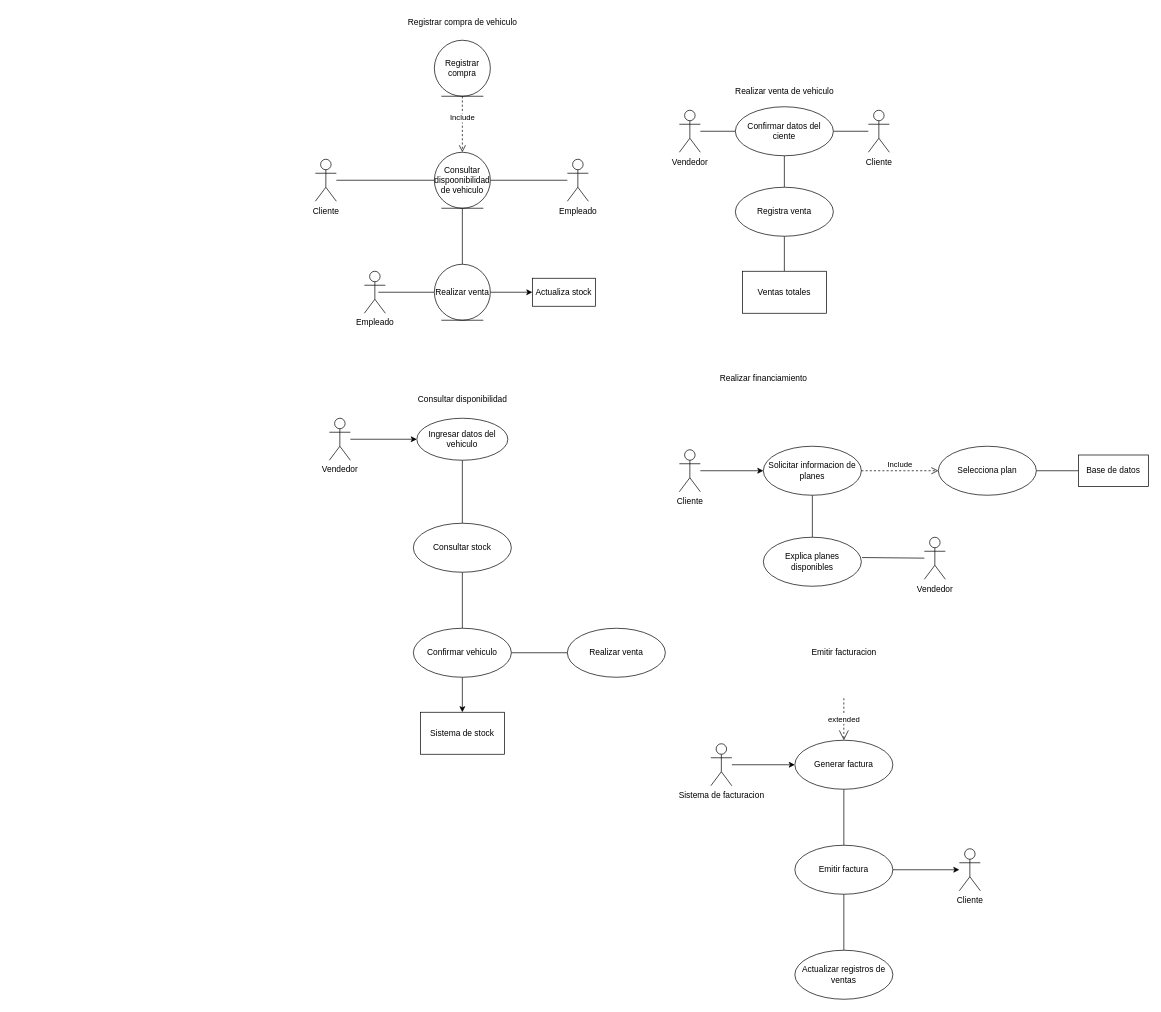
Above: Diagramas/Casos de uso/Casos de uso.drawio in FerLalle/PremiumQuality_AnalisisSistemas (draw.io), before the change. Source tidied: cells renumbered, new cells numbered last; positions are measured from the earlier drawing's top-left corner, leaving out a move shared by most shapes. Both pictures are drawn from the tidied source at 70%, with x=0, y=0 at pixel (315, 12).
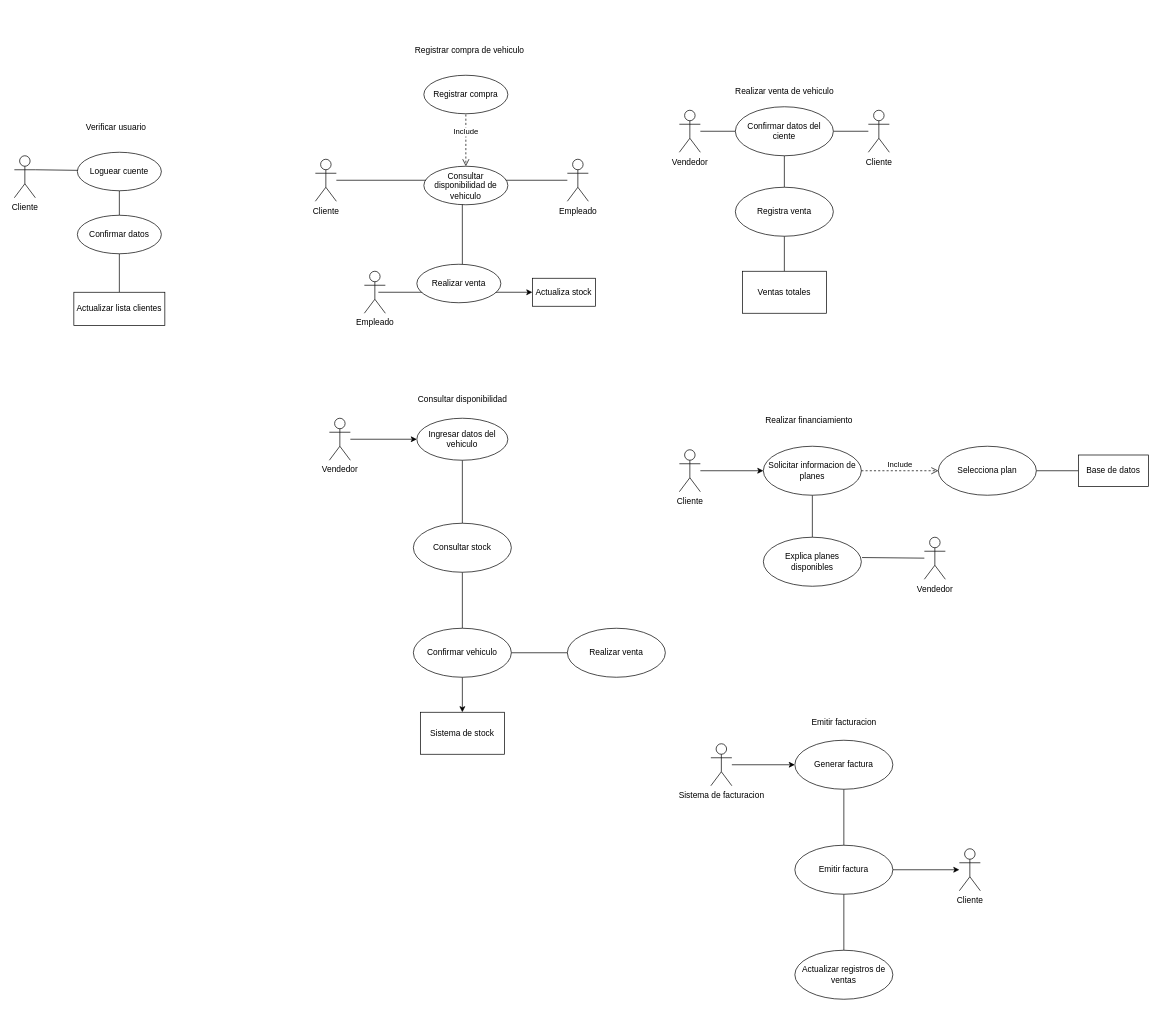
The same page after the edit.

Commit message (it also covers changes not shown here):
DFD y casos de uso modificacion

The change refers to these unchanged cells:
```xml
<mxCell id="3" value="Cliente" style="shape=umlActor;verticalLabelPosition=bottom;verticalAlign=top;html=1;" parent="1" vertex="1">
  <mxGeometry y="210" width="30" height="60" as="geometry" />
</mxCell>
<mxCell id="8" value="Empleado" style="shape=umlActor;verticalLabelPosition=bottom;verticalAlign=top;html=1;" parent="1" vertex="1">
  <mxGeometry x="360" y="210" width="30" height="60" as="geometry" />
</mxCell>
<mxCell id="15" value="Actualiza stock" style="whiteSpace=wrap;html=1;" parent="1" vertex="1">
  <mxGeometry x="310" y="380" width="90" height="40" as="geometry" />
</mxCell>
<mxCell id="54" value="Generar factura" style="ellipse;whiteSpace=wrap;html=1;" parent="1" vertex="1">
  <mxGeometry x="685" y="1040" width="140" height="70" as="geometry" />
</mxCell>
```

The edit, as a diff of the source:
```diff
@@
-    <mxCell id="2" style="edgeStyle=none;html=1;entryX=0;entryY=0.5;entryDx=0;entryDy=0;endArrow=none;endFill=0;" parent="1" edge="1" source="3" target="6">
-      <mxGeometry relative="1" as="geometry" />
+    <mxCell id="2" style="edgeStyle=none;html=1;entryX=0;entryY=0.5;entryDx=0;entryDy=0;endArrow=none;endFill=0;" parent="1" edge="1" source="3">
+      <mxGeometry relative="1" as="geometry">
+        <mxPoint x="170" y="240" as="targetPoint" />
+      </mxGeometry>
     </mxCell>
+    <mxCell id="61" style="edgeStyle=none;html=1;entryX=1;entryY=0.5;entryDx=0;entryDy=0;endArrow=none;endFill=0;exitX=1;exitY=0.3333333333333333;exitDx=0;exitDy=0;exitPerimeter=0;" parent="1" edge="1" source="66" target="64">
+      <mxGeometry relative="1" as="geometry" />
+    </mxCell>
@@
-    <mxCell id="4" style="edgeStyle=none;html=1;endArrow=none;endFill=0;" parent="1" edge="1" source="6" target="12">
-      <mxGeometry relative="1" as="geometry" />
+    <mxCell id="4" style="edgeStyle=none;html=1;endArrow=none;endFill=0;exitX=0.458;exitY=0.545;exitDx=0;exitDy=0;exitPerimeter=0;" parent="1" edge="1" source="62">
+      <mxGeometry relative="1" as="geometry">
+        <mxPoint x="210" y="360" as="targetPoint" />
+      </mxGeometry>
     </mxCell>
-    <mxCell id="5" style="edgeStyle=none;html=1;endArrow=none;endFill=0;" parent="1" edge="1" source="6" target="8">
-      <mxGeometry relative="1" as="geometry" />
+    <mxCell id="5" style="edgeStyle=none;html=1;endArrow=none;endFill=0;" parent="1" edge="1" target="8">
+      <mxGeometry relative="1" as="geometry">
+        <mxPoint x="250" y="240" as="sourcePoint" />
+      </mxGeometry>
     </mxCell>
-    <mxCell id="6" value="Consultar dispoonibilidad de vehiculo" style="ellipse;shape=umlEntity;whiteSpace=wrap;html=1;" parent="1" vertex="1">
-      <mxGeometry x="170" y="200" width="80" height="80" as="geometry" />
-    </mxCell>
-    <mxCell id="7" value="Include" style="html=1;verticalAlign=bottom;endArrow=open;dashed=1;endSize=8;curved=0;rounded=0;exitX=0.5;exitY=1;exitDx=0;exitDy=0;entryX=0.5;entryY=0;entryDx=0;entryDy=0;" parent="1" edge="1" source="9" target="6">
-      <mxGeometry relative="1" as="geometry" />
+    <mxCell id="7" value="Include" style="html=1;verticalAlign=bottom;endArrow=open;dashed=1;endSize=8;curved=0;rounded=0;exitX=0.5;exitY=1;exitDx=0;exitDy=0;entryX=0.5;entryY=0;entryDx=0;entryDy=0;" parent="1" edge="1">
+      <mxGeometry relative="1" as="geometry">
+        <mxPoint x="215" y="140" as="sourcePoint" />
+        <mxPoint x="215" y="220" as="targetPoint" />
+      </mxGeometry>
     </mxCell>
@@
-    <mxCell id="9" value="Registrar compra" style="ellipse;shape=umlEntity;whiteSpace=wrap;html=1;" parent="1" vertex="1">
-      <mxGeometry x="170" y="40" width="80" height="80" as="geometry" />
-    </mxCell>
-    <mxCell id="10" style="edgeStyle=none;html=1;endArrow=none;endFill=0;" parent="1" edge="1" source="12">
+    <mxCell id="10" style="edgeStyle=none;html=1;endArrow=none;endFill=0;" parent="1" edge="1">
       <mxGeometry relative="1" as="geometry">
+        <mxPoint x="170" y="400" as="sourcePoint" />
         <mxPoint x="90" y="400" as="targetPoint" />
       </mxGeometry>
     </mxCell>
-    <mxCell id="11" style="edgeStyle=none;html=1;" parent="1" edge="1" source="12" target="15">
-      <mxGeometry relative="1" as="geometry" />
+    <mxCell id="11" style="edgeStyle=none;html=1;" parent="1" edge="1" target="15">
+      <mxGeometry relative="1" as="geometry">
+        <mxPoint x="250" y="400" as="sourcePoint" />
+      </mxGeometry>
     </mxCell>
-    <mxCell id="12" value="Realizar venta" style="ellipse;shape=umlEntity;whiteSpace=wrap;html=1;" parent="1" vertex="1">
-      <mxGeometry x="170" y="360" width="80" height="80" as="geometry" />
-    </mxCell>
@@
     <mxCell id="14" value="Registrar compra de vehiculo" style="text;html=1;align=center;verticalAlign=middle;strokeColor=none;fillColor=none;" parent="1" vertex="1">
-      <mxGeometry x="120" width="180" height="30" as="geometry" />
+      <mxGeometry x="130" y="40" width="180" height="30" as="geometry" />
     </mxCell>
@@
     <mxCell id="38" value="Realizar financiamiento" style="text;html=1;align=center;verticalAlign=middle;strokeColor=none;fillColor=none;" parent="1" vertex="1">
-      <mxGeometry x="565" y="508" width="150" height="30" as="geometry" />
+      <mxGeometry x="630" y="568" width="150" height="30" as="geometry" />
     </mxCell>
@@
     <mxCell id="50" value="Emitir facturacion" style="text;html=1;align=center;verticalAlign=middle;strokeColor=none;fillColor=none;" parent="1" vertex="1">
-      <mxGeometry x="695" y="900" width="120" height="30" as="geometry" />
+      <mxGeometry x="695" y="1000" width="120" height="30" as="geometry" />
     </mxCell>
@@
-    <mxCell id="55" value="extended" style="endArrow=open;endSize=12;dashed=1;html=1;entryX=0.5;entryY=0;entryDx=0;entryDy=0;" parent="1" edge="1" target="54">
-      <mxGeometry relative="1" as="geometry">
-        <mxPoint x="755" y="980" as="sourcePoint" />
-      </mxGeometry>
-    </mxCell>
@@
+    <mxCell id="9" value="Registrar compra" style="ellipse;whiteSpace=wrap;html=1;" parent="1" vertex="1">
+      <mxGeometry x="155" y="90" width="120" height="55" as="geometry" />
+    </mxCell>
+    <mxCell id="12" value="Realizar venta" style="ellipse;whiteSpace=wrap;html=1;" parent="1" vertex="1">
+      <mxGeometry x="145" y="360" width="120" height="55" as="geometry" />
+    </mxCell>
+    <mxCell id="62" value="Consultar disponibilidad de vehiculo" style="ellipse;whiteSpace=wrap;html=1;" parent="1" vertex="1">
+      <mxGeometry x="155" y="220" width="120" height="55" as="geometry" />
+    </mxCell>
+    <mxCell id="63" style="edgeStyle=none;html=1;endArrow=none;endFill=0;" parent="1" edge="1" source="64" target="68">
+      <mxGeometry relative="1" as="geometry" />
+    </mxCell>
+    <mxCell id="64" value="Loguear cuente" style="ellipse;whiteSpace=wrap;html=1;" parent="1" vertex="1">
+      <mxGeometry x="-340" y="200" width="120" height="55" as="geometry" />
+    </mxCell>
+    <mxCell id="65" value="Verificar usuario" style="text;html=1;align=center;verticalAlign=middle;strokeColor=none;fillColor=none;" parent="1" vertex="1">
+      <mxGeometry x="-340" y="150" width="110" height="30" as="geometry" />
+    </mxCell>
+    <mxCell id="66" value="Cliente" style="shape=umlActor;verticalLabelPosition=bottom;verticalAlign=top;html=1;" parent="1" vertex="1">
+      <mxGeometry x="-430" y="205" width="30" height="60" as="geometry" />
+    </mxCell>
+    <mxCell id="67" style="edgeStyle=none;html=1;endArrow=none;endFill=0;" parent="1" edge="1" source="68" target="69">
+      <mxGeometry relative="1" as="geometry" />
+    </mxCell>
+    <mxCell id="68" value="Confirmar datos" style="ellipse;whiteSpace=wrap;html=1;" parent="1" vertex="1">
+      <mxGeometry x="-340" y="290" width="120" height="55" as="geometry" />
+    </mxCell>
+    <mxCell id="69" value="Actualizar lista clientes" style="whiteSpace=wrap;html=1;" parent="1" vertex="1">
+      <mxGeometry x="-345" y="400" width="130" height="47.5" as="geometry" />
+    </mxCell>
```
